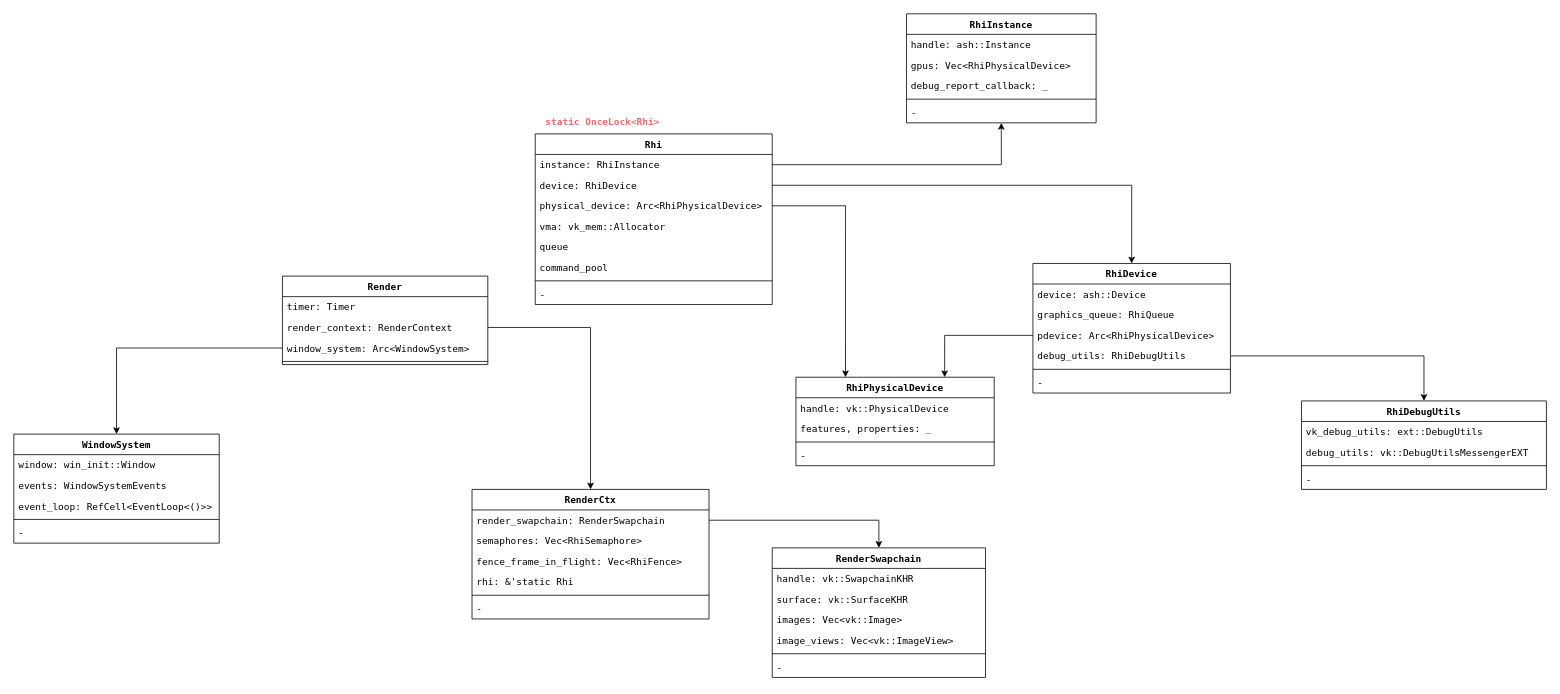
This is doc/class-diagram.drawio from acccoco/Render-Rust-vk-Truvis, a draw.io file, before an edit. Source tidied: cells renumbered, new cells numbered last; positions are measured from the earlier drawing's top-left corner, leaving out a move shared by most shapes. Both pictures are drawn from the tidied source at 79%, with x=0, y=0 at pixel (13, 13).
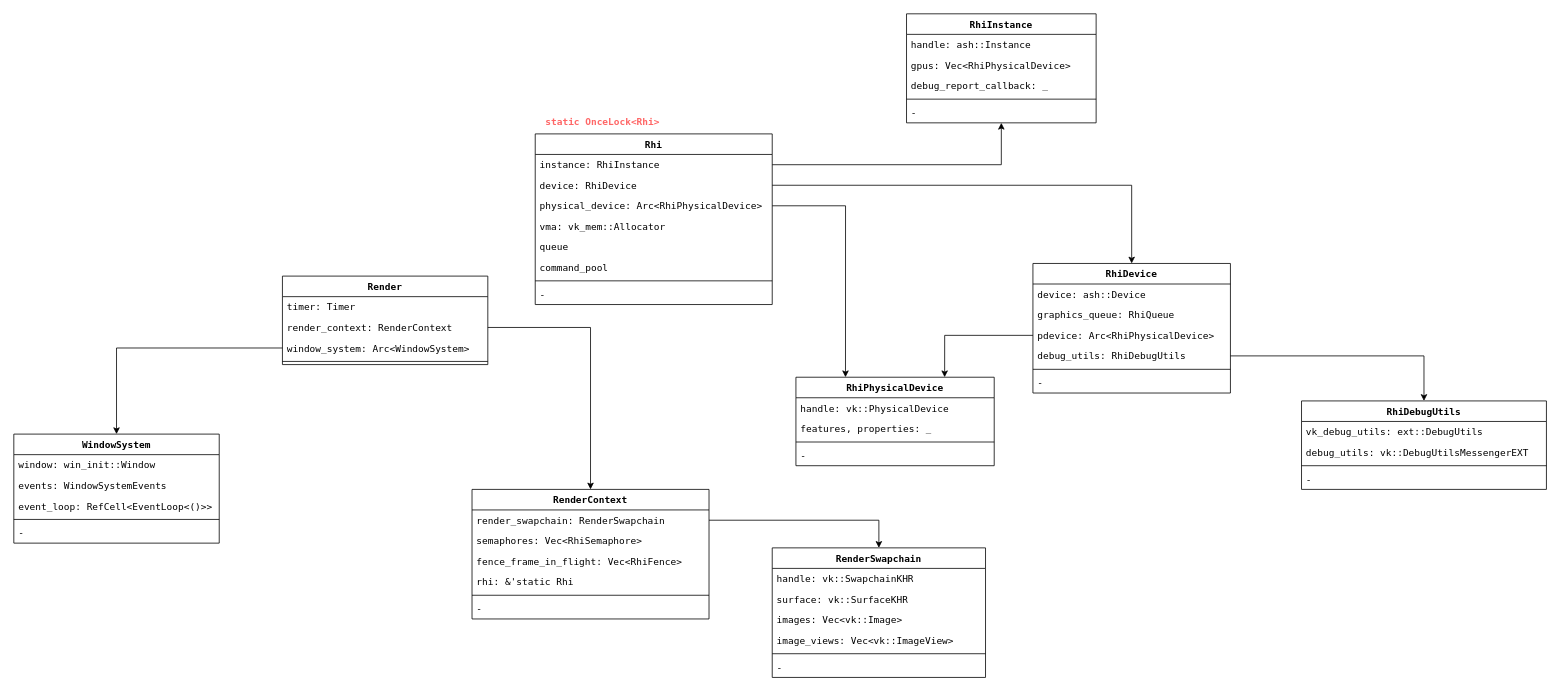
Above is the later version.

Change to the diagram source:
```diff
@@
-    <mxCell id="11" value="RenderCtx" style="swimlane;fontStyle=1;align=center;verticalAlign=top;horizontal=1;startSize=26;fontFamily=Lucida Console;" parent="1" vertex="1">
+    <mxCell id="11" value="RenderContext" style="swimlane;fontStyle=1;align=center;verticalAlign=top;horizontal=1;startSize=26;fontFamily=Lucida Console;" parent="1" vertex="1">
       <mxGeometry x="580" y="602" width="300" height="164" as="geometry" />
     </mxCell>
```
